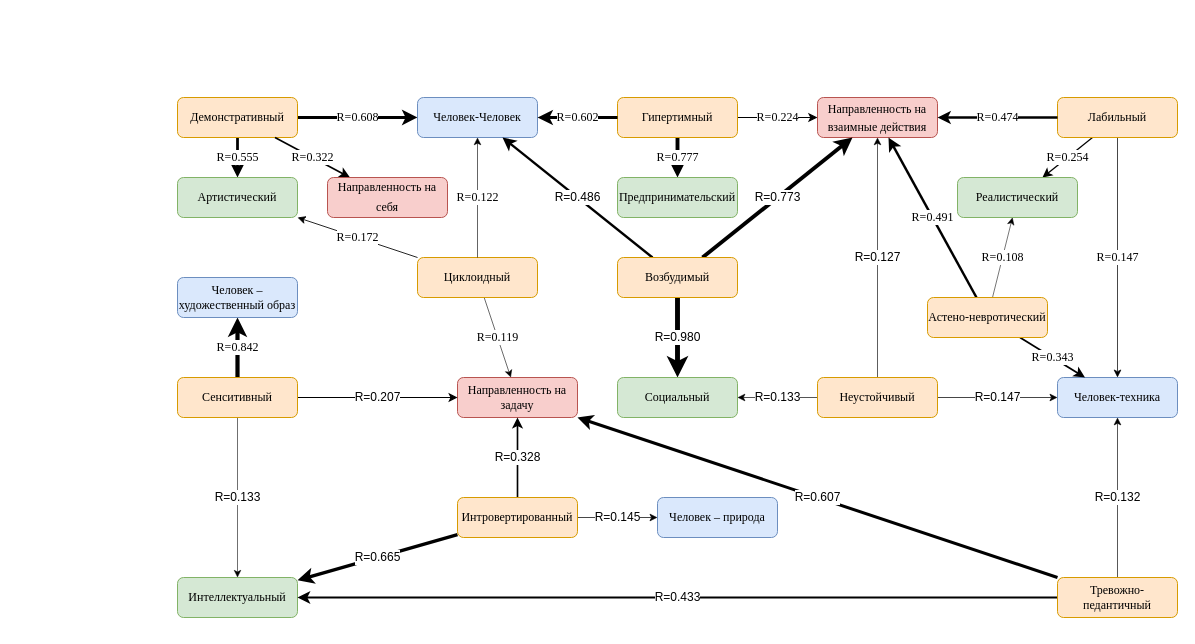
The draw.io diagram Частные гипотезы.drawio in Mikhailgumerov/drawio, before the edit. Source tidied: cells renumbered, new cells numbered last; positions are measured from the earlier drawing's top-left corner, leaving out a move shared by most shapes. Both pictures are drawn from the tidied source at 100%, with x=0, y=0 at pixel (177, 97).
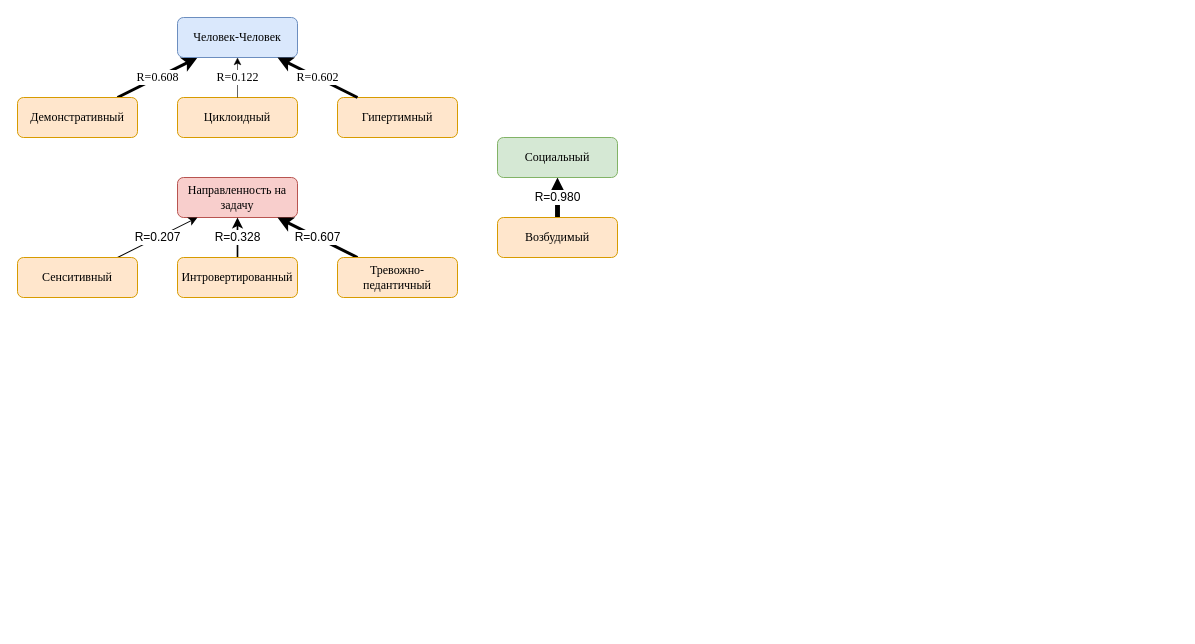
After the change.

The edit, as a diff of the source:
```diff
@@
+    <mxCell id="16" value="R=0.119" style="rounded=0;orthogonalLoop=1;jettySize=auto;html=1;strokeColor=default;strokeWidth=0.595;fontSize=12;fontFamily=Times New Roman;" parent="1" edge="1">
+      <mxGeometry relative="1" as="geometry">
+        <mxPoint x="316.7" y="200" as="sourcePoint" />
+      </mxGeometry>
+    </mxCell>
+    <mxCell id="44" value="R=0.486" style="rounded=0;orthogonalLoop=1;jettySize=auto;html=1;fontSize=12;strokeWidth=2.43;" parent="1" edge="1">
+      <mxGeometry relative="1" as="geometry">
+        <mxPoint x="335" y="40" as="targetPoint" />
+      </mxGeometry>
+    </mxCell>
@@
-    <mxCell id="3" value="R=0.555" style="rounded=0;jettySize=auto;html=1;strokeWidth=2.775;fontFamily=Times New Roman;fontSize=12;strokeColor=default;" parent="1" edge="1" source="4" target="6">
-      <mxGeometry relative="1" as="geometry" />
-    </mxCell>
     <mxCell id="4" value="&lt;span style=&quot;text-align: start; line-height: 19.9733px;&quot;&gt;&lt;font&gt;Демонстративный&lt;/font&gt;&lt;/span&gt;&lt;span style=&quot;text-align: start;&quot;&gt;&lt;/span&gt;" style="rounded=1;whiteSpace=wrap;html=1;fontFamily=Times New Roman;fontSize=12;fillColor=#ffe6cc;strokeColor=#d79b00;" parent="1" vertex="1">
-      <mxGeometry width="120" height="40" as="geometry" />
+      <mxGeometry x="-160" width="120" height="40" as="geometry" />
     </mxCell>
     <mxCell id="5" value="Человек-Человек" style="whiteSpace=wrap;html=1;rounded=1;fontFamily=Times New Roman;fontSize=12;fillColor=#dae8fc;strokeColor=#6c8ebf;" parent="1" vertex="1">
-      <mxGeometry x="240" width="120" height="40" as="geometry" />
+      <mxGeometry y="-80" width="120" height="40" as="geometry" />
     </mxCell>
-    <mxCell id="6" value="&lt;br&gt;&lt;span&gt;&lt;font&gt;Артистический&lt;/font&gt;&lt;/span&gt;&lt;div&gt;&lt;br&gt;&lt;/div&gt;" style="whiteSpace=wrap;html=1;fontFamily=Times New Roman;fillColor=#d5e8d4;strokeColor=#82b366;rounded=1;fontSize=12;" parent="1" vertex="1">
-      <mxGeometry y="80" width="120" height="40" as="geometry" />
-    </mxCell>
-    <mxCell id="7" value="R=0.322" style="endArrow=classic;html=1;rounded=0;strokeWidth=1.61;fontFamily=Times New Roman;fontSize=12;strokeColor=default;" parent="1" edge="1" source="4" target="8">
-      <mxGeometry relative="1" as="geometry" />
-    </mxCell>
-    <mxCell id="8" value="&lt;span style=&quot;text-align: start; line-height: 19.9733px;&quot;&gt;&lt;font&gt;Направленность на себя&lt;/font&gt;&lt;/span&gt;&lt;span style=&quot;text-align: start;&quot;&gt;&lt;/span&gt;" style="rounded=1;whiteSpace=wrap;html=1;fillColor=#f8cecc;strokeColor=#b85450;fontFamily=Times New Roman;fontSize=12;" parent="1" vertex="1">
-      <mxGeometry x="150" y="80" width="120" height="40" as="geometry" />
-    </mxCell>
-    <mxCell id="9" value="R=0.777" style="rounded=0;jettySize=auto;html=1;strokeWidth=3.885;fontFamily=Times New Roman;fontSize=12;strokeColor=default;" parent="1" edge="1" source="11" target="13">
-      <mxGeometry relative="1" as="geometry" />
-    </mxCell>
-    <mxCell id="10" value="R=0.224" style="rounded=0;jettySize=auto;html=1;strokeWidth=1.12;fontFamily=Times New Roman;fontSize=12;strokeColor=default;" parent="1" edge="1" source="11" target="14">
-      <mxGeometry relative="1" as="geometry" />
-    </mxCell>
     <mxCell id="11" value="&lt;span&gt;Гипертимный&lt;/span&gt;" style="rounded=1;whiteSpace=wrap;html=1;fillColor=#ffe6cc;strokeColor=#d79b00;fontFamily=Times New Roman;fontSize=12;" parent="1" vertex="1">
-      <mxGeometry x="440" width="120" height="40" as="geometry" />
+      <mxGeometry x="160" width="120" height="40" as="geometry" />
     </mxCell>
@@
-    <mxCell id="13" value="&lt;br&gt;&lt;span&gt;Предпринимательский&lt;/span&gt;&lt;div&gt;&lt;br&gt;&lt;/div&gt;" style="rounded=1;whiteSpace=wrap;html=1;fillColor=#d5e8d4;strokeColor=#82b366;fontFamily=Times New Roman;fontSize=12;" parent="1" vertex="1">
-      <mxGeometry x="440" y="80" width="120" height="40" as="geometry" />
-    </mxCell>
-    <mxCell id="14" value="&lt;span style=&quot;text-align: start; line-height: 19.9733px;&quot;&gt;Н&lt;/span&gt;&lt;span style=&quot;text-align: start; background-color: transparent;&quot;&gt;аправленность на взаимные действия&lt;/span&gt;&lt;div&gt;&lt;span style=&quot;text-align: start;&quot;&gt;&lt;/span&gt;&lt;/div&gt;" style="rounded=1;whiteSpace=wrap;html=1;fillColor=#f8cecc;strokeColor=#b85450;fontFamily=Times New Roman;fontSize=12;" parent="1" vertex="1">
-      <mxGeometry x="640" width="120" height="40" as="geometry" />
-    </mxCell>
-    <mxCell id="15" value="R=0.172" style="rounded=0;jettySize=auto;html=1;strokeColor=default;strokeWidth=0.86;fontSize=12;fontFamily=Times New Roman;" parent="1" edge="1" source="17" target="6">
-      <mxGeometry relative="1" as="geometry" />
-    </mxCell>
-    <mxCell id="16" value="R=0.119" style="rounded=0;jettySize=auto;html=1;strokeColor=default;strokeWidth=0.595;fontSize=12;fontFamily=Times New Roman;" parent="1" edge="1" source="17" target="19">
-      <mxGeometry relative="1" as="geometry" />
-    </mxCell>
     <mxCell id="17" value="&lt;br&gt;&lt;span&gt;Циклоидный&lt;/span&gt;&lt;div&gt;&lt;br&gt;&lt;/div&gt;" style="rounded=1;whiteSpace=wrap;html=1;fillColor=#ffe6cc;strokeColor=#d79b00;fontSize=12;fontFamily=Times New Roman;" parent="1" vertex="1">
-      <mxGeometry x="240" y="160" width="120" height="40" as="geometry" />
+      <mxGeometry width="120" height="40" as="geometry" />
     </mxCell>
@@
     <mxCell id="19" value="&lt;div&gt;&lt;span style=&quot;background-color: transparent;&quot;&gt;Н&lt;/span&gt;&lt;span style=&quot;background-color: transparent;&quot;&gt;аправленность на задачу&lt;/span&gt;&lt;br&gt;&lt;/div&gt;" style="rounded=1;whiteSpace=wrap;html=1;fillColor=#f8cecc;strokeColor=#b85450;fontSize=12;fontFamily=Times New Roman;" parent="1" vertex="1">
-      <mxGeometry x="280" y="280" width="120" height="40" as="geometry" />
+      <mxGeometry y="80" width="120" height="40" as="geometry" />
     </mxCell>
-    <mxCell id="20" value="R=0.254" style="rounded=0;jettySize=auto;html=1;fontSize=12;fontFamily=Times New Roman;strokeWidth=1.27;" parent="1" edge="1" source="22" target="24">
-      <mxGeometry relative="1" as="geometry" />
-    </mxCell>
-    <mxCell id="21" value="R=0.147" style="rounded=0;jettySize=auto;html=1;fontSize=12;fontFamily=Times New Roman;strokeWidth=0.735;" parent="1" edge="1" source="22" target="23">
-      <mxGeometry relative="1" as="geometry" />
-    </mxCell>
-    <mxCell id="22" value="&lt;span&gt;Лабильный&lt;/span&gt;" style="rounded=1;whiteSpace=wrap;html=1;fillColor=#ffe6cc;strokeColor=#d79b00;fontSize=12;fontFamily=Times New Roman;" parent="1" vertex="1">
-      <mxGeometry x="880" width="120" height="40" as="geometry" />
-    </mxCell>
-    <mxCell id="23" value="&lt;span&gt;Человек-техника&lt;/span&gt;" style="rounded=1;whiteSpace=wrap;html=1;fillColor=#dae8fc;strokeColor=#6c8ebf;fontSize=12;fontFamily=Times New Roman;" parent="1" vertex="1">
-      <mxGeometry x="880" y="280" width="120" height="40" as="geometry" />
-    </mxCell>
-    <mxCell id="24" value="&lt;span&gt;Реалистический&lt;/span&gt;" style="rounded=1;whiteSpace=wrap;html=1;fillColor=#d5e8d4;strokeColor=#82b366;fontSize=12;fontFamily=Times New Roman;" parent="1" vertex="1">
-      <mxGeometry x="780" y="80" width="120" height="40" as="geometry" />
-    </mxCell>
-    <mxCell id="25" value="R=0.491" style="rounded=0;jettySize=auto;html=1;fontSize=12;fontFamily=Times New Roman;strokeWidth=2.455;" parent="1" edge="1" source="28" target="14">
-      <mxGeometry relative="1" as="geometry" />
-    </mxCell>
-    <mxCell id="26" value="R=0.108" style="rounded=0;jettySize=auto;html=1;fontSize=12;fontFamily=Times New Roman;strokeWidth=0.54;" parent="1" edge="1" source="28" target="24">
-      <mxGeometry relative="1" as="geometry" />
-    </mxCell>
-    <mxCell id="27" value="R=0.343" style="rounded=0;jettySize=auto;html=1;fontSize=12;fontFamily=Times New Roman;strokeWidth=1.715;" parent="1" edge="1" source="28" target="23">
-      <mxGeometry relative="1" as="geometry" />
-    </mxCell>
-    <mxCell id="28" value="&lt;br&gt;&lt;span&gt;Астено-невротический&lt;/span&gt;&lt;div&gt;&lt;br&gt;&lt;/div&gt;" style="rounded=1;whiteSpace=wrap;html=1;fillColor=#ffe6cc;strokeColor=#d79b00;fontSize=12;fontFamily=Times New Roman;" parent="1" vertex="1">
-      <mxGeometry x="750" y="200" width="120" height="40" as="geometry" />
-    </mxCell>
-    <mxCell id="29" value="R=0.842" style="rounded=0;jettySize=auto;html=1;fontSize=12;fontFamily=Times New Roman;strokeWidth=4.21;" parent="1" edge="1" source="32" target="33">
-      <mxGeometry relative="1" as="geometry" />
-    </mxCell>
-    <mxCell id="30" value="R=0.133" style="rounded=0;jettySize=auto;html=1;fontSize=12;strokeWidth=0.5665;" parent="1" edge="1" source="32" target="34">
-      <mxGeometry relative="1" as="geometry" />
-    </mxCell>
@@
     <mxCell id="32" value="&lt;span&gt;Сенситивный&lt;/span&gt;" style="rounded=1;whiteSpace=wrap;html=1;fillColor=#ffe6cc;strokeColor=#d79b00;fontSize=12;fontFamily=Times New Roman;" parent="1" vertex="1">
-      <mxGeometry y="280" width="120" height="40" as="geometry" />
+      <mxGeometry x="-160" y="160" width="120" height="40" as="geometry" />
     </mxCell>
-    <mxCell id="33" value="&lt;br&gt;&lt;span&gt;Человек – художественный образ&lt;/span&gt;&lt;div&gt;&lt;br&gt;&lt;/div&gt;" style="rounded=1;whiteSpace=wrap;html=1;fillColor=#dae8fc;strokeColor=#6c8ebf;fontSize=12;fontFamily=Times New Roman;" parent="1" vertex="1">
-      <mxGeometry y="180" width="120" height="40" as="geometry" />
-    </mxCell>
-    <mxCell id="34" value="&lt;br&gt;&lt;span&gt;Интеллектуальный&lt;/span&gt;&lt;div&gt;&lt;br&gt;&lt;/div&gt;" style="rounded=1;whiteSpace=wrap;html=1;fillColor=#d5e8d4;strokeColor=#82b366;fontSize=12;fontFamily=Times New Roman;" parent="1" vertex="1">
-      <mxGeometry y="480" width="120" height="40" as="geometry" />
-    </mxCell>
-    <mxCell id="35" value="R=0.132" style="rounded=0;jettySize=auto;html=1;fontSize=12;strokeWidth=0.66;" parent="1" edge="1" source="38" target="23">
-      <mxGeometry relative="1" as="geometry" />
-    </mxCell>
-    <mxCell id="36" value="R=0.433" style="rounded=0;jettySize=auto;html=1;fontSize=12;strokeWidth=2.165;" parent="1" edge="1" source="38" target="34">
-      <mxGeometry relative="1" as="geometry" />
-    </mxCell>
@@
     <mxCell id="38" value="&lt;br&gt;&lt;span style=&quot;font-family: &amp;quot;Times New Roman&amp;quot;;&quot;&gt;Тревожно-педантичный&lt;/span&gt;&lt;div&gt;&lt;br&gt;&lt;/div&gt;" style="rounded=1;whiteSpace=wrap;html=1;fillColor=#ffe6cc;strokeColor=#d79b00;fontSize=12;" parent="1" vertex="1">
-      <mxGeometry x="880" y="480" width="120" height="40" as="geometry" />
+      <mxGeometry x="160" y="160" width="120" height="40" as="geometry" />
     </mxCell>
-    <mxCell id="39" value="R=0.145" style="rounded=0;jettySize=auto;html=1;fontSize=12;strokeWidth=0.725;" parent="1" edge="1" source="42" target="43">
-      <mxGeometry relative="1" as="geometry" />
-    </mxCell>
-    <mxCell id="40" value="R=0.665" style="rounded=0;jettySize=auto;html=1;fontSize=12;strokeWidth=3.325;" parent="1" edge="1" source="42" target="34">
-      <mxGeometry relative="1" as="geometry" />
-    </mxCell>
@@
     <mxCell id="42" value="&lt;span style=&quot;text-align: start; line-height: 19.9733px; font-family: &amp;quot;Times New Roman&amp;quot;;&quot;&gt;Интровертированный&lt;/span&gt;&lt;span style=&quot;text-align: start;&quot;&gt;&lt;/span&gt;" style="rounded=1;whiteSpace=wrap;html=1;fillColor=#ffe6cc;strokeColor=#d79b00;fontSize=12;" parent="1" vertex="1">
-      <mxGeometry x="280" y="400" width="120" height="40" as="geometry" />
+      <mxGeometry y="160" width="120" height="40" as="geometry" />
     </mxCell>
-    <mxCell id="43" value="&lt;br&gt;&lt;span style=&quot;font-family: &amp;quot;Times New Roman&amp;quot;;&quot;&gt;Человек – природа&lt;/span&gt;&lt;div&gt;&lt;br&gt;&lt;/div&gt;" style="rounded=1;whiteSpace=wrap;html=1;fillColor=#dae8fc;strokeColor=#6c8ebf;fontSize=12;" parent="1" vertex="1">
-      <mxGeometry x="480" y="400" width="120" height="40" as="geometry" />
-    </mxCell>
-    <mxCell id="44" value="R=0.486" style="rounded=0;jettySize=auto;html=1;fontSize=12;strokeWidth=2.43;" parent="1" edge="1" source="47" target="5">
-      <mxGeometry relative="1" as="geometry" />
-    </mxCell>
-    <mxCell id="45" value="R=0.773" style="rounded=0;jettySize=auto;html=1;fontSize=12;strokeWidth=3.865;" parent="1" edge="1" source="47" target="14">
-      <mxGeometry relative="1" as="geometry" />
-    </mxCell>
@@
     <mxCell id="47" value="&lt;br&gt;&lt;span style=&quot;font-family: &amp;quot;Times New Roman&amp;quot;;&quot;&gt;Возбудимый&lt;/span&gt;&lt;div&gt;&lt;br&gt;&lt;/div&gt;" style="rounded=1;whiteSpace=wrap;html=1;fillColor=#ffe6cc;strokeColor=#d79b00;fontSize=12;" parent="1" vertex="1">
-      <mxGeometry x="440" y="160" width="120" height="40" as="geometry" />
+      <mxGeometry x="320" y="120" width="120" height="40" as="geometry" />
     </mxCell>
     <mxCell id="48" value="&lt;br&gt;&lt;span style=&quot;font-family: &amp;quot;Times New Roman&amp;quot;;&quot;&gt;Социальный&lt;/span&gt;&lt;div&gt;&lt;br&gt;&lt;/div&gt;" style="rounded=1;whiteSpace=wrap;html=1;fillColor=#d5e8d4;strokeColor=#82b366;fontSize=12;" parent="1" vertex="1">
-      <mxGeometry x="440" y="280" width="120" height="40" as="geometry" />
+      <mxGeometry x="320" y="40" width="120" height="40" as="geometry" />
     </mxCell>
-    <mxCell id="49" value="R=0.127" style="rounded=0;jettySize=auto;html=1;fontSize=12;strokeWidth=0.635;" parent="1" edge="1" source="52" target="14">
-      <mxGeometry relative="1" as="geometry" />
-    </mxCell>
-    <mxCell id="50" value="R=0.133" style="rounded=0;jettySize=auto;html=1;fontSize=12;strokeWidth=0.665;" parent="1" edge="1" source="52" target="48">
-      <mxGeometry relative="1" as="geometry" />
-    </mxCell>
-    <mxCell id="51" value="R=0.147" style="rounded=0;jettySize=auto;html=1;fontSize=12;strokeWidth=0.735;" parent="1" edge="1" source="52" target="23">
-      <mxGeometry relative="1" as="geometry" />
-    </mxCell>
-    <mxCell id="52" value="&lt;br&gt;&lt;span style=&quot;font-family: &amp;quot;Times New Roman&amp;quot;;&quot;&gt;Неустойчивый&lt;/span&gt;&lt;div&gt;&lt;br&gt;&lt;/div&gt;" style="rounded=1;whiteSpace=wrap;html=1;fillColor=#ffe6cc;strokeColor=#d79b00;fontSize=12;" parent="1" vertex="1">
-      <mxGeometry x="640" y="280" width="120" height="40" as="geometry" />
-    </mxCell>
-    <mxCell id="53" value="R=0.474" style="rounded=0;jettySize=auto;html=1;fontSize=12;fontFamily=Times New Roman;strokeWidth=2.37;" parent="1" edge="1" source="22" target="14">
-      <mxGeometry relative="1" as="geometry" />
-    </mxCell>
```
